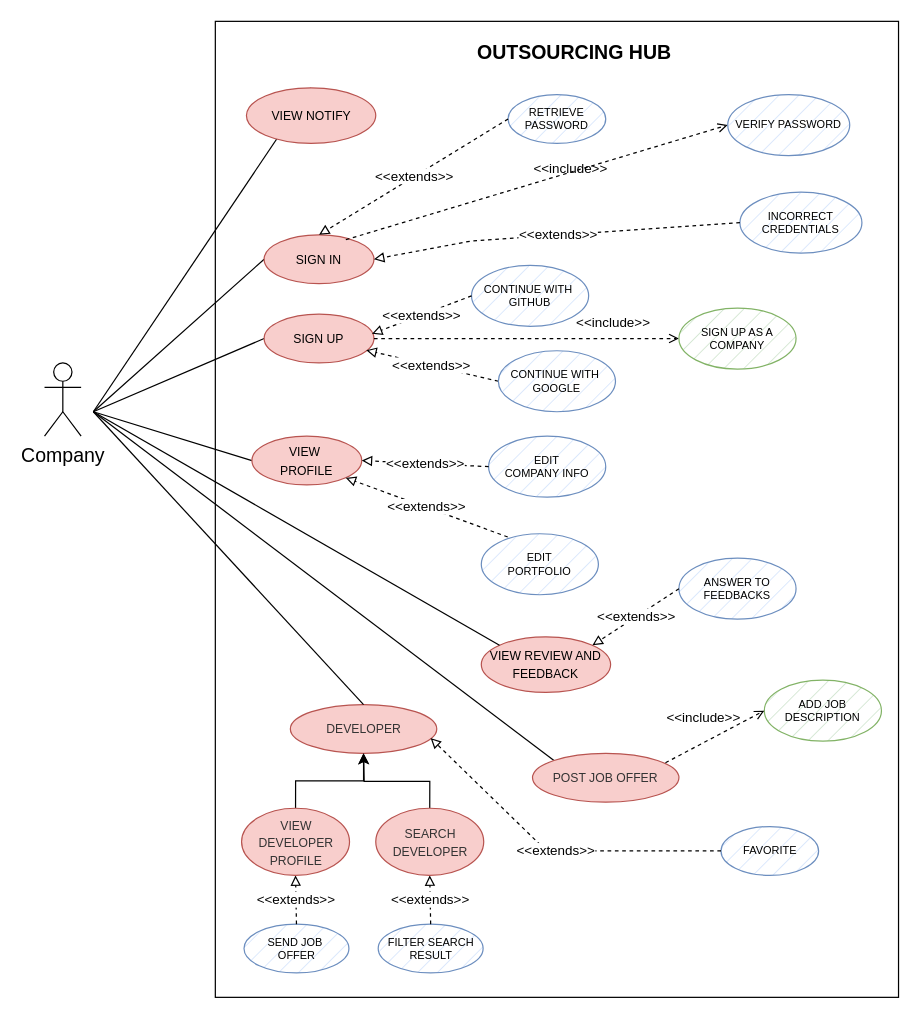
mattiadanisi00/ids keeps this draw.io diagram as use_cases/use_cases_company.drawio. Above is the earlier version. Source tidied: cells renumbered, new cells numbered last; positions are measured from the earlier drawing's top-left corner, leaving out a move shared by most shapes. Both pictures are drawn from the tidied source at 122%, with x=0, y=0 at pixel (44, 21).
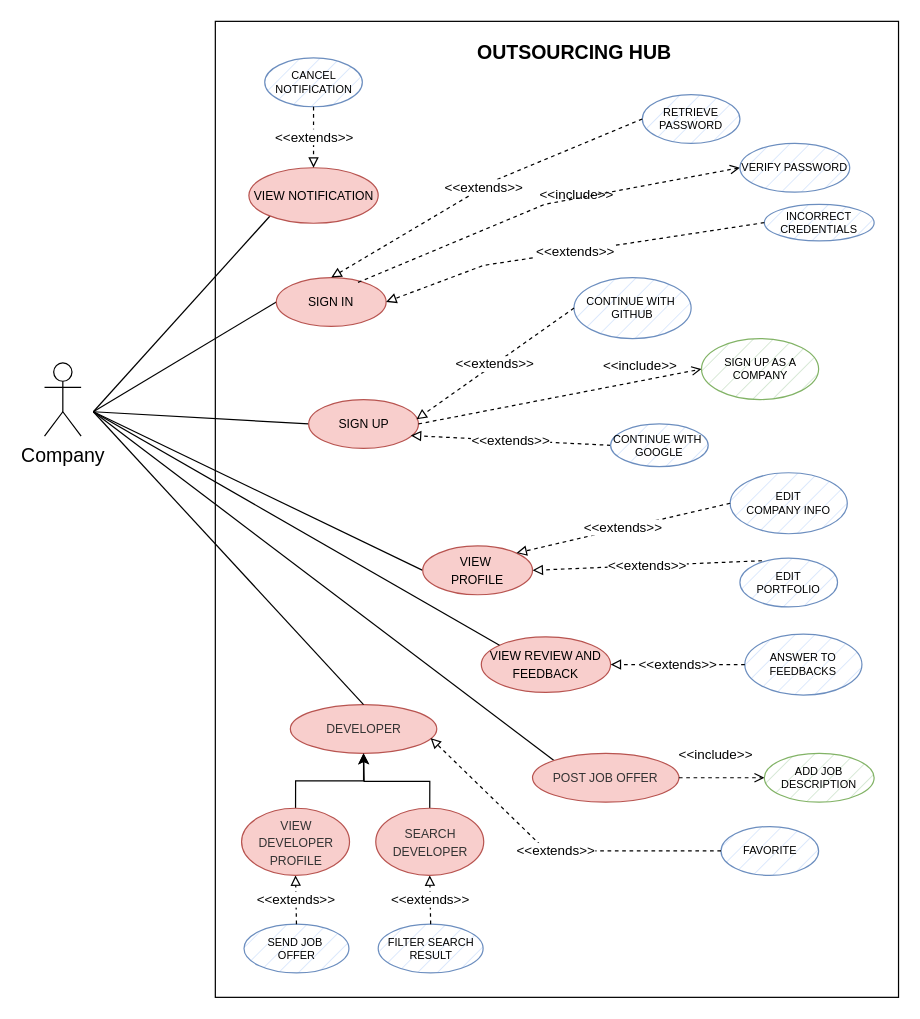
After the change.

Unchanged cells that the change refers to:
```xml
<mxCell id="25" value="&lt;font size=&quot;1&quot;&gt;VIEW REVIEW AND FEEDBACK&lt;/font&gt;" style="ellipse;whiteSpace=wrap;html=1;fillColor=#f8cecc;strokeColor=#b85450;" parent="1" vertex="1">
  <mxGeometry x="358" y="504.5" width="106" height="45.5" as="geometry" />
</mxCell>
<mxCell id="32" value="&lt;font size=&quot;1&quot; color=&quot;#333333&quot;&gt;POST JOB OFFER&lt;/font&gt;" style="ellipse;whiteSpace=wrap;html=1;fillColor=#f8cecc;strokeColor=#b85450;" parent="1" vertex="1">
  <mxGeometry x="400" y="600" width="120" height="40" as="geometry" />
</mxCell>
```

The edit, as a diff of the source:
```diff
@@
     <mxCell id="8" value="&lt;font style=&quot;font-size: 10px;&quot;&gt;SIGN IN&lt;/font&gt;" style="ellipse;whiteSpace=wrap;html=1;fillColor=#f8cecc;strokeColor=#b85450;" parent="1" vertex="1">
-      <mxGeometry x="180" y="175" width="90" height="40" as="geometry" />
+      <mxGeometry x="190" y="210" width="90" height="40" as="geometry" />
     </mxCell>
     <mxCell id="9" value="&lt;font style=&quot;font-size: 9px;&quot;&gt;INCORRECT&lt;br style=&quot;font-size: 9px;&quot;&gt;CREDENTIALS&lt;/font&gt;" style="ellipse;whiteSpace=wrap;html=1;fillColor=#dae8fc;strokeColor=#6c8ebf;fontSize=9;strokeWidth=1;fillStyle=hatch;" parent="1" vertex="1">
-      <mxGeometry x="570" y="140" width="100" height="50" as="geometry" />
+      <mxGeometry x="590" y="150" width="90" height="30" as="geometry" />
     </mxCell>
     <mxCell id="10" value="&amp;lt;&amp;lt;extends&amp;gt;&amp;gt;" style="endArrow=block;endFill=0;html=1;rounded=0;dashed=1;exitX=0;exitY=0.5;exitDx=0;exitDy=0;entryX=1;entryY=0.5;entryDx=0;entryDy=0;" parent="1" edge="1" source="9" target="8">
       <mxGeometry x="-0.01" relative="1" as="geometry">
         <Array as="points">
-          <mxPoint x="350" y="180" />
+          <mxPoint x="360" y="200" />
         </Array>
       </mxGeometry>
     </mxCell>
     <mxCell id="11" value="&lt;font style=&quot;font-size: 10px;&quot;&gt;SIGN UP&lt;/font&gt;" style="ellipse;whiteSpace=wrap;html=1;fillColor=#f8cecc;strokeColor=#b85450;" parent="1" vertex="1">
-      <mxGeometry x="180" y="240" width="90" height="40" as="geometry" />
+      <mxGeometry x="216.5" y="310" width="90" height="40" as="geometry" />
     </mxCell>
     <mxCell id="12" value="&lt;font style=&quot;font-size: 10px;&quot;&gt;VIEW&amp;nbsp;&lt;br&gt;PROFILE&lt;/font&gt;" style="ellipse;whiteSpace=wrap;html=1;fillColor=#f8cecc;strokeColor=#b85450;" parent="1" vertex="1">
-      <mxGeometry x="170" y="340" width="90" height="40" as="geometry" />
+      <mxGeometry x="310" y="430" width="90" height="40" as="geometry" />
     </mxCell>
     <mxCell id="13" value="&lt;font style=&quot;font-size: 9px;&quot;&gt;EDIT&lt;br style=&quot;font-size: 9px;&quot;&gt;COMPANY INFO&lt;br style=&quot;font-size: 9px;&quot;&gt;&lt;/font&gt;" style="ellipse;whiteSpace=wrap;html=1;fillColor=#dae8fc;strokeColor=#6c8ebf;fontSize=9;strokeWidth=1;fillStyle=hatch;" parent="1" vertex="1">
-      <mxGeometry x="364" y="340" width="96" height="50" as="geometry" />
+      <mxGeometry x="562" y="370" width="96" height="50" as="geometry" />
     </mxCell>
     <mxCell id="14" value="&lt;font style=&quot;font-size: 9px;&quot;&gt;RETRIEVE&lt;br style=&quot;font-size: 9px;&quot;&gt;PASSWORD&lt;/font&gt;" style="ellipse;whiteSpace=wrap;html=1;fillColor=#dae8fc;strokeColor=#6c8ebf;fontSize=9;strokeWidth=1;fillStyle=hatch;" parent="1" vertex="1">
-      <mxGeometry x="380" y="60" width="80" height="40" as="geometry" />
+      <mxGeometry x="490" y="60" width="80" height="40" as="geometry" />
     </mxCell>
     <mxCell id="15" value="&amp;lt;&amp;lt;extends&amp;gt;&amp;gt;" style="endArrow=block;endFill=0;html=1;rounded=0;dashed=1;exitX=0;exitY=0.5;exitDx=0;exitDy=0;entryX=0.5;entryY=0;entryDx=0;entryDy=0;" parent="1" edge="1" source="14" target="8">
-      <mxGeometry x="-0.01" relative="1" as="geometry" />
+      <mxGeometry x="-0.01" relative="1" as="geometry">
+        <Array as="points">
+          <mxPoint x="370" y="130" />
+        </Array>
+      </mxGeometry>
     </mxCell>
     <mxCell id="16" value="&lt;font style=&quot;font-size: 9px;&quot;&gt;EDIT&lt;br style=&quot;font-size: 9px;&quot;&gt;PORTFOLIO&lt;br style=&quot;font-size: 9px;&quot;&gt;&lt;/font&gt;" style="ellipse;whiteSpace=wrap;html=1;fillColor=#dae8fc;strokeColor=#6c8ebf;fontSize=9;strokeWidth=1;fillStyle=hatch;" parent="1" vertex="1">
-      <mxGeometry x="358" y="420" width="96" height="50" as="geometry" />
+      <mxGeometry x="570" y="440" width="80" height="40" as="geometry" />
     </mxCell>
-    <mxCell id="17" value="&amp;lt;&amp;lt;extends&amp;gt;&amp;gt;" style="endArrow=block;endFill=0;html=1;rounded=0;dashed=1;exitX=0;exitY=0.5;exitDx=0;exitDy=0;entryX=1;entryY=0.5;entryDx=0;entryDy=0;" parent="1" edge="1" source="13" target="12">
+    <mxCell id="17" value="&amp;lt;&amp;lt;extends&amp;gt;&amp;gt;" style="endArrow=block;endFill=0;html=1;rounded=0;dashed=1;exitX=0;exitY=0.5;exitDx=0;exitDy=0;entryX=1;entryY=0;entryDx=0;entryDy=0;" parent="1" edge="1" source="13" target="12">
       <mxGeometry relative="1" as="geometry" />
     </mxCell>
-    <mxCell id="18" value="&amp;lt;&amp;lt;extends&amp;gt;&amp;gt;" style="endArrow=block;endFill=0;html=1;rounded=0;dashed=1;exitX=0.226;exitY=0.053;exitDx=0;exitDy=0;exitPerimeter=0;entryX=1;entryY=1;entryDx=0;entryDy=0;" parent="1" edge="1" source="16" target="12">
-      <mxGeometry relative="1" as="geometry" />
+    <mxCell id="18" value="&amp;lt;&amp;lt;extends&amp;gt;&amp;gt;" style="endArrow=block;endFill=0;html=1;rounded=0;dashed=1;exitX=0.226;exitY=0.053;exitDx=0;exitDy=0;exitPerimeter=0;" parent="1" edge="1" source="16">
+      <mxGeometry relative="1" as="geometry">
+        <mxPoint x="400" y="450" as="targetPoint" />
+      </mxGeometry>
     </mxCell>
@@
     <mxCell id="20" value="&lt;font style=&quot;font-size: 9px;&quot;&gt;CONTINUE WITH&amp;nbsp;&lt;br style=&quot;font-size: 9px;&quot;&gt;GOOGLE&lt;br style=&quot;font-size: 9px;&quot;&gt;&lt;/font&gt;" style="ellipse;whiteSpace=wrap;html=1;fillColor=#dae8fc;strokeColor=#6c8ebf;fontSize=9;strokeWidth=1;fillStyle=hatch;" parent="1" vertex="1">
-      <mxGeometry x="372" y="270" width="96" height="50" as="geometry" />
+      <mxGeometry x="464" y="330" width="80" height="35" as="geometry" />
     </mxCell>
     <mxCell id="21" value="&lt;font style=&quot;font-size: 9px;&quot;&gt;CONTINUE WITH&amp;nbsp;&lt;br style=&quot;font-size: 9px;&quot;&gt;GITHUB&lt;br style=&quot;font-size: 9px;&quot;&gt;&lt;/font&gt;" style="ellipse;whiteSpace=wrap;html=1;fillColor=#dae8fc;strokeColor=#6c8ebf;fontSize=9;strokeWidth=1;fillStyle=hatch;" parent="1" vertex="1">
-      <mxGeometry x="350" y="200" width="96" height="50" as="geometry" />
+      <mxGeometry x="434" y="210" width="96" height="50" as="geometry" />
     </mxCell>
@@
     <mxCell id="23" value="&amp;lt;&amp;lt;include&amp;gt;&amp;gt;" style="html=1;verticalAlign=bottom;labelBackgroundColor=none;endArrow=open;endFill=0;dashed=1;rounded=0;exitX=0.744;exitY=0.1;exitDx=0;exitDy=0;exitPerimeter=0;entryX=0;entryY=0.5;entryDx=0;entryDy=0;" parent="1" edge="1" source="8" target="24">
-      <mxGeometry x="0.16" y="-6" relative="1" as="geometry" />
+      <mxGeometry x="0.16" y="-6" relative="1" as="geometry">
+        <Array as="points">
+          <mxPoint x="410" y="150" />
+        </Array>
+      </mxGeometry>
     </mxCell>
     <mxCell id="24" value="&lt;font style=&quot;font-size: 9px;&quot;&gt;VERIFY PASSWORD&lt;/font&gt;" style="ellipse;whiteSpace=wrap;html=1;fillColor=#dae8fc;strokeColor=#6c8ebf;fontSize=9;strokeWidth=1;fillStyle=hatch;" parent="1" vertex="1">
-      <mxGeometry x="560" y="60" width="100" height="50" as="geometry" />
+      <mxGeometry x="570" y="100" width="90" height="40" as="geometry" />
     </mxCell>
@@
     <mxCell id="27" value="&lt;font style=&quot;font-size: 9px;&quot;&gt;ANSWER TO&lt;br&gt;FEEDBACKS&lt;br style=&quot;font-size: 9px;&quot;&gt;&lt;/font&gt;" style="ellipse;whiteSpace=wrap;html=1;fillColor=#dae8fc;strokeColor=#6c8ebf;fontSize=9;strokeWidth=1;fillStyle=hatch;" parent="1" vertex="1">
-      <mxGeometry x="520" y="440" width="96" height="50" as="geometry" />
+      <mxGeometry x="574" y="502.2" width="96" height="50" as="geometry" />
     </mxCell>
-    <mxCell id="28" value="&amp;lt;&amp;lt;extends&amp;gt;&amp;gt;" style="endArrow=block;endFill=0;html=1;rounded=0;dashed=1;exitX=0;exitY=0.5;exitDx=0;exitDy=0;entryX=1;entryY=0;entryDx=0;entryDy=0;" parent="1" edge="1" source="27" target="25">
+    <mxCell id="28" value="&amp;lt;&amp;lt;extends&amp;gt;&amp;gt;" style="endArrow=block;endFill=0;html=1;rounded=0;dashed=1;exitX=0;exitY=0.5;exitDx=0;exitDy=0;entryX=1;entryY=0.5;entryDx=0;entryDy=0;" parent="1" edge="1" source="27" target="25">
       <mxGeometry relative="1" as="geometry" />
     </mxCell>
@@
     <mxCell id="30" value="&lt;font style=&quot;font-size: 9px;&quot;&gt;SIGN UP AS A COMPANY&lt;br style=&quot;font-size: 9px;&quot;&gt;&lt;/font&gt;" style="ellipse;whiteSpace=wrap;html=1;fillColor=#d5e8d4;strokeColor=#82b366;fontSize=9;strokeWidth=1;fillStyle=hatch;" parent="1" vertex="1">
-      <mxGeometry x="520" y="235" width="96" height="50" as="geometry" />
+      <mxGeometry x="538.5" y="260" width="96" height="50" as="geometry" />
     </mxCell>
@@
     <mxCell id="33" value="&lt;font style=&quot;font-size: 9px;&quot;&gt;ADD JOB&lt;br&gt;DESCRIPTION&lt;br style=&quot;font-size: 9px;&quot;&gt;&lt;/font&gt;" style="ellipse;whiteSpace=wrap;html=1;fillColor=#d5e8d4;strokeColor=#82b366;fontSize=9;strokeWidth=1;fillStyle=hatch;" parent="1" vertex="1">
-      <mxGeometry x="590" y="540" width="96" height="50" as="geometry" />
+      <mxGeometry x="590" y="600" width="90" height="40" as="geometry" />
     </mxCell>
-    <mxCell id="34" value="&amp;lt;&amp;lt;include&amp;gt;&amp;gt;" style="html=1;verticalAlign=bottom;labelBackgroundColor=none;endArrow=open;endFill=0;dashed=1;rounded=0;exitX=0.908;exitY=0.193;exitDx=0;exitDy=0;entryX=0;entryY=0.5;entryDx=0;entryDy=0;exitPerimeter=0;" parent="1" edge="1" source="32" target="33">
+    <mxCell id="34" value="&amp;lt;&amp;lt;include&amp;gt;&amp;gt;" style="html=1;verticalAlign=bottom;labelBackgroundColor=none;endArrow=open;endFill=0;dashed=1;rounded=0;exitX=1;exitY=0.5;exitDx=0;exitDy=0;entryX=0;entryY=0.5;entryDx=0;entryDy=0;" parent="1" edge="1" source="32" target="33">
       <mxGeometry x="-0.13" y="10" relative="1" as="geometry" />
     </mxCell>
@@
-    <mxCell id="36" value="&lt;font size=&quot;1&quot;&gt;VIEW NOTIFY&lt;/font&gt;" style="ellipse;whiteSpace=wrap;html=1;fillColor=#f8cecc;strokeColor=#b85450;" parent="1" vertex="1">
-      <mxGeometry x="165.5" y="54.5" width="106" height="45.5" as="geometry" />
+    <mxCell id="36" value="&lt;font size=&quot;1&quot;&gt;VIEW NOTIFICATION&lt;/font&gt;" style="ellipse;whiteSpace=wrap;html=1;fillColor=#f8cecc;strokeColor=#b85450;" parent="1" vertex="1">
+      <mxGeometry x="167.5" y="120" width="106" height="45.5" as="geometry" />
     </mxCell>
@@
+    <mxCell id="49" value="CANCEL&lt;br&gt;NOTIFICATION" style="ellipse;whiteSpace=wrap;html=1;fillColor=#dae8fc;strokeColor=#6c8ebf;fontSize=9;strokeWidth=1;fillStyle=hatch;" parent="1" vertex="1">
+      <mxGeometry x="180.5" y="30" width="80" height="40" as="geometry" />
+    </mxCell>
+    <mxCell id="50" value="&amp;lt;&amp;lt;extends&amp;gt;&amp;gt;" style="endArrow=block;endFill=0;html=1;rounded=0;dashed=1;exitX=0.5;exitY=1;exitDx=0;exitDy=0;entryX=0.5;entryY=0;entryDx=0;entryDy=0;" parent="1" edge="1" source="49" target="36">
+      <mxGeometry x="-0.01" relative="1" as="geometry" />
+    </mxCell>
```
